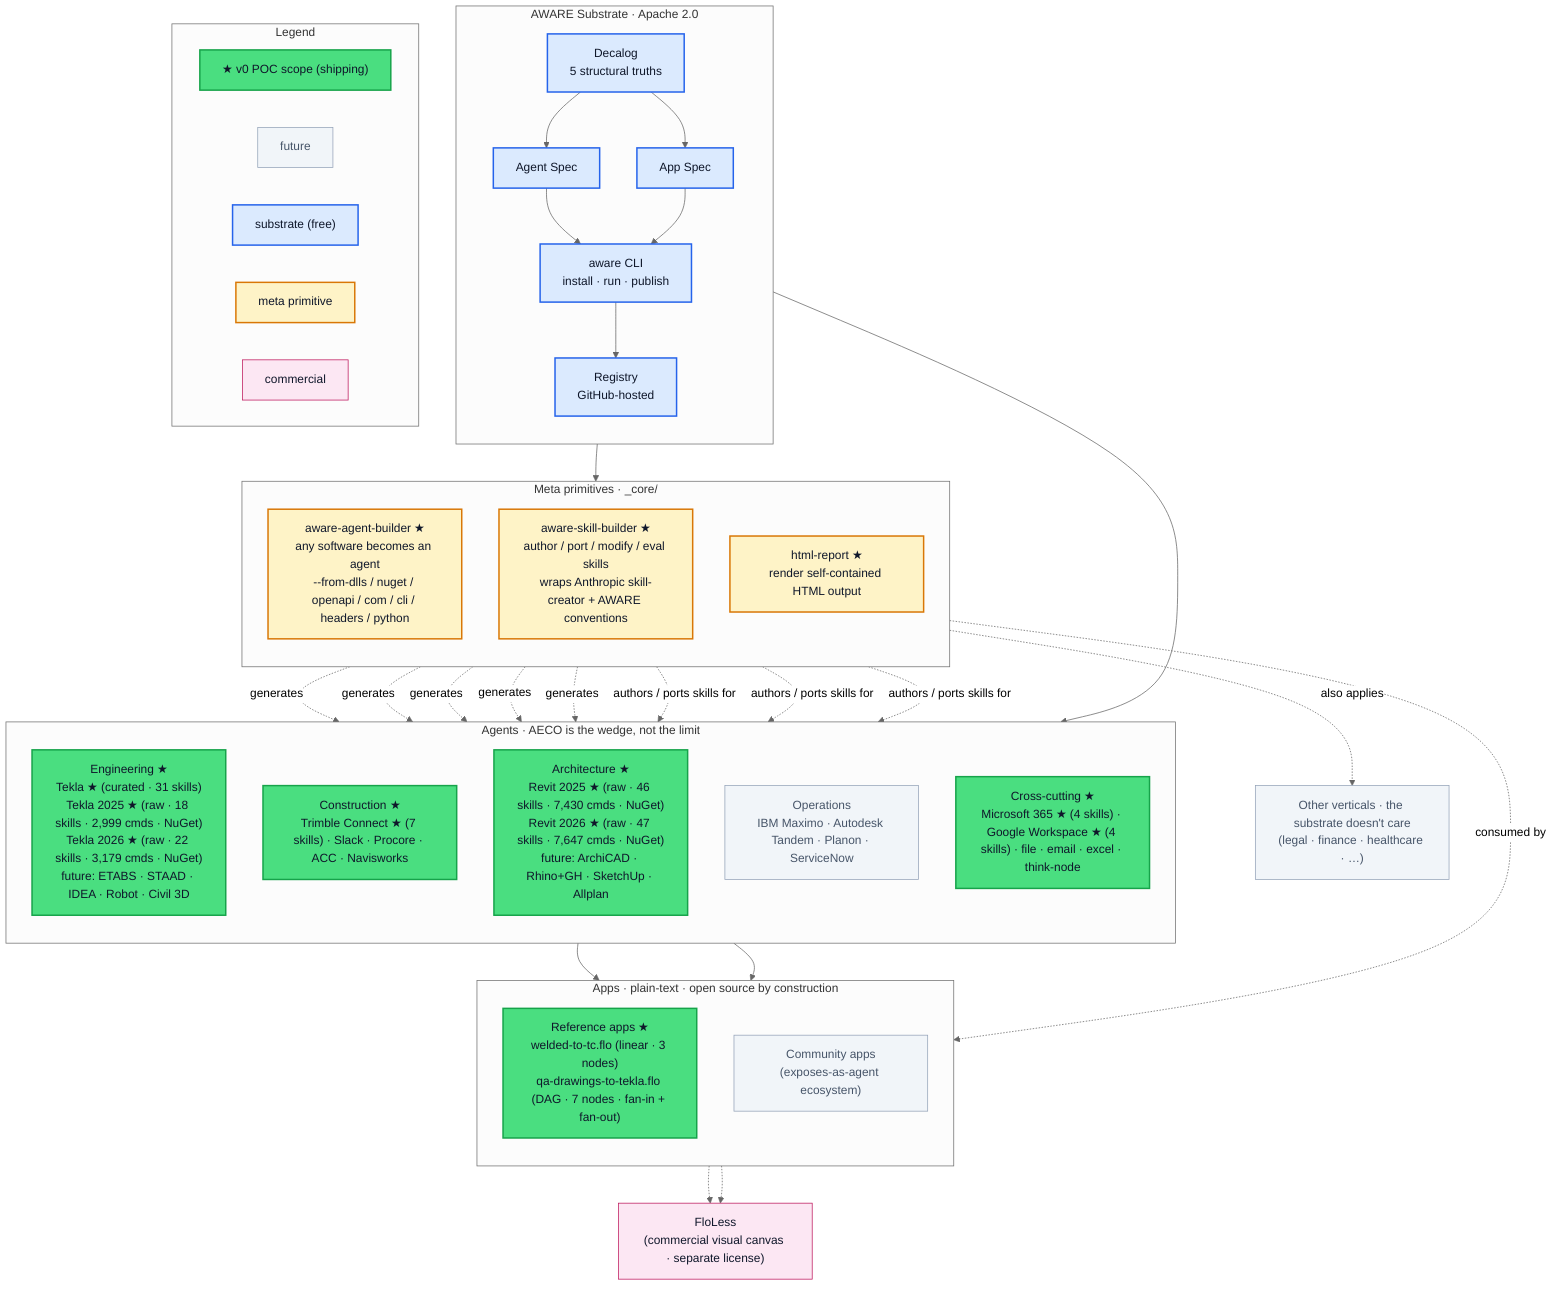
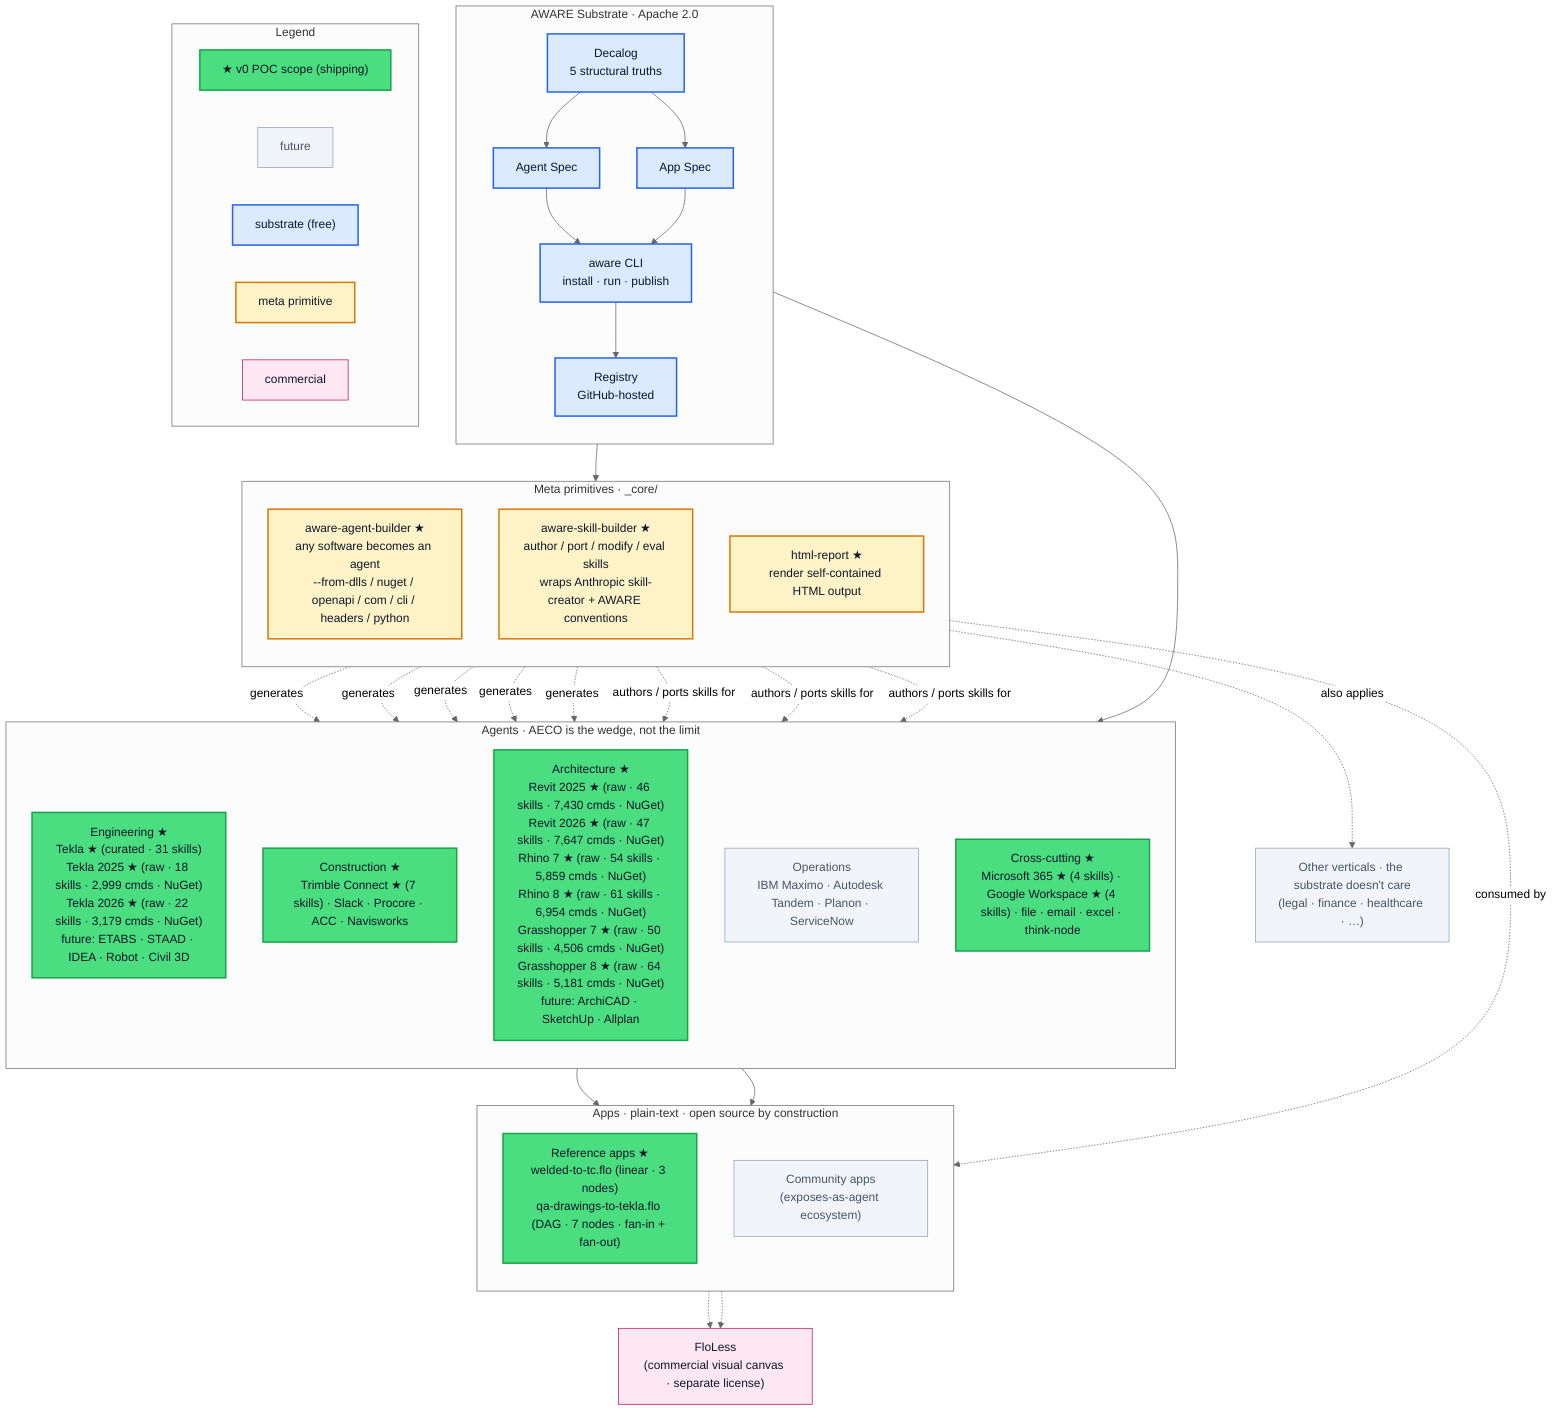
%%{init: {'theme':'neutral'}}%%
graph TB

  %% =========================================================
  %% Style classes
  %% =========================================================
  classDef poc        fill:#4ade80,stroke:#16a34a,color:#0f172a,stroke-width:2px
  classDef future     fill:#f1f5f9,stroke:#94a3b8,color:#475569
  classDef substrate  fill:#dbeafe,stroke:#2563eb,color:#0f172a,stroke-width:2px
  classDef meta       fill:#fef3c7,stroke:#d97706,color:#0f172a,stroke-width:2px
  classDef app        fill:#e0e7ff,stroke:#6366f1,color:#0f172a
  classDef commercial fill:#fce7f3,stroke:#be185d,color:#0f172a

  %% =========================================================
  %% Substrate · Apache 2.0
  %% =========================================================
  subgraph SUB["AWARE Substrate · Apache 2.0"]
    direction TB
    Decalog["Decalog<br/>5 structural truths"]:::substrate
    AgentSpec["Agent Spec"]:::substrate
    AppSpec["App Spec"]:::substrate
    CLI["aware CLI<br/>install · run · publish"]:::substrate
    Registry["Registry<br/>GitHub-hosted"]:::substrate

    Decalog --> AgentSpec
    Decalog --> AppSpec
    AgentSpec --> CLI
    AppSpec --> CLI
    CLI --> Registry
  end

  %% =========================================================
  %% Meta primitives — under _core/
  %% =========================================================
  subgraph META["Meta primitives · _core/"]
    direction TB
    Builder["aware-agent-builder ★<br/>any software becomes an agent<br/>--from-dlls / nuget / openapi / com / cli / headers / python"]:::meta
    SkillBuilder["aware-skill-builder ★<br/>author / port / modify / eval skills<br/>wraps Anthropic skill-creator + AWARE conventions"]:::meta
    HtmlReport["html-report ★<br/>render self-contained HTML output"]:::meta
  end

  %% =========================================================
  %% Agents · AECO (the wedge)
  %% =========================================================
  subgraph AGENTS["Agents · AECO is the wedge, not the limit"]
    direction TB

    Eng["Engineering ★<br/>Tekla ★ (curated · 31 skills)<br/>Tekla 2025 ★ (raw · 18 skills · 2,999 cmds · NuGet)<br/>Tekla 2026 ★ (raw · 22 skills · 3,179 cmds · NuGet)<br/>future: ETABS · STAAD · IDEA · Robot · Civil 3D"]:::poc
    Cons["Construction ★<br/>Trimble Connect ★ (7 skills) · Slack · Procore · ACC · Navisworks"]:::poc
-     Arch["Architecture ★<br/>Revit 2025 ★ (raw · 46 skills · 7,430 cmds · NuGet)<br/>Revit 2026 ★ (raw · 47 skills · 7,647 cmds · NuGet)<br/>future: ArchiCAD · Rhino+GH · SketchUp · Allplan"]:::poc
+     Arch["Architecture ★<br/>Revit 2025 ★ (raw · 46 skills · 7,430 cmds · NuGet)<br/>Revit 2026 ★ (raw · 47 skills · 7,647 cmds · NuGet)<br/>Rhino 7 ★ (raw · 54 skills · 5,859 cmds · NuGet)<br/>Rhino 8 ★ (raw · 61 skills · 6,954 cmds · NuGet)<br/>Grasshopper 7 ★ (raw · 50 skills · 4,506 cmds · NuGet)<br/>Grasshopper 8 ★ (raw · 64 skills · 5,181 cmds · NuGet)<br/>future: ArchiCAD · SketchUp · Allplan"]:::poc
    Ops["Operations<br/>IBM Maximo · Autodesk Tandem · Planon · ServiceNow"]:::future
    Cross["Cross-cutting ★<br/>Microsoft 365 ★ (4 skills) · Google Workspace ★ (4 skills) · file · email · excel · think-node"]:::poc
  end

  Other["Other verticals · the substrate doesn't care<br/>(legal · finance · healthcare · …)"]:::future

  %% =========================================================
  %% Apps · plain-text compositions
  %% =========================================================
  subgraph APPS["Apps · plain-text · open source by construction"]
    direction TB
    Refs["Reference apps ★<br/>welded-to-tc.flo (linear · 3 nodes)<br/>qa-drawings-to-tekla.flo (DAG · 7 nodes · fan-in + fan-out)"]:::poc
    Community["Community apps<br/>(exposes-as-agent ecosystem)"]:::future
  end

  %% =========================================================
  %% Commercial layer
  %% =========================================================
  FloLess["FloLess<br/>(commercial visual canvas · separate license)"]:::commercial

  %% =========================================================
  %% Wiring
  %% =========================================================
  Registry --> META
  Registry --> AGENTS

  Builder -. generates .-> Eng
  Builder -. generates .-> Cons
  Builder -. generates .-> Cross
  Builder -. generates .-> Arch
  Builder -. generates .-> Ops
  Builder -. also applies .-> Other

  SkillBuilder -. authors / ports skills for .-> Eng
  SkillBuilder -. authors / ports skills for .-> Cons
  SkillBuilder -. authors / ports skills for .-> Cross

  AGENTS --> Refs
  AGENTS --> Community
  HtmlReport -. consumed by .-> Refs

  Refs -.-> FloLess
  Community -.-> FloLess

  %% =========================================================
  %% Legend
  %% =========================================================
  subgraph LEGEND["Legend"]
    direction LR
    LegPoc["★ v0 POC scope (shipping)"]:::poc
    LegFut["future"]:::future
    LegSub["substrate (free)"]:::substrate
    LegMeta["meta primitive"]:::meta
    LegComm["commercial"]:::commercial
  end
